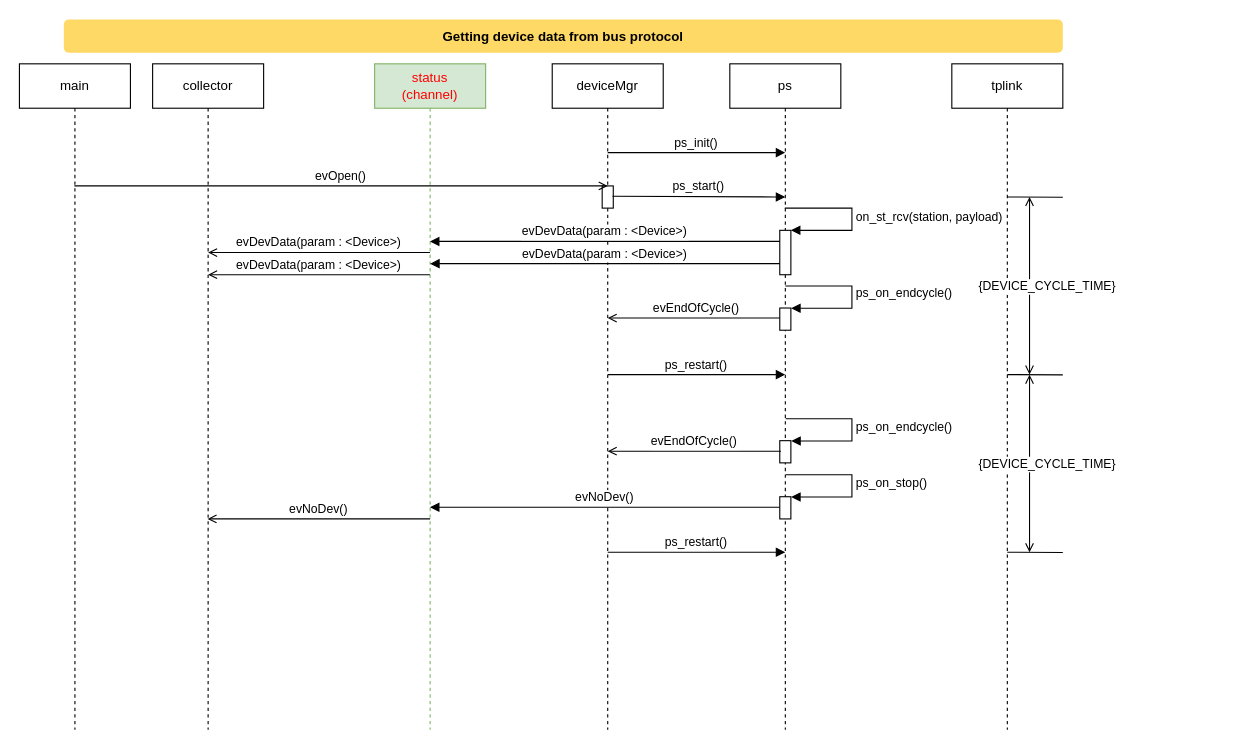
Before: page "DevData" (3 of 4) of models/structure-interaction/collector.drawio in vortexmakes/AgroIoT, a draw.io diagram. Source tidied: cells renumbered, new cells numbered last; positions are measured from the earlier drawing's top-left corner, leaving out a move shared by most shapes. Both pictures are drawn from the tidied source at 111%, with x=0, y=0 at pixel (19, 19).
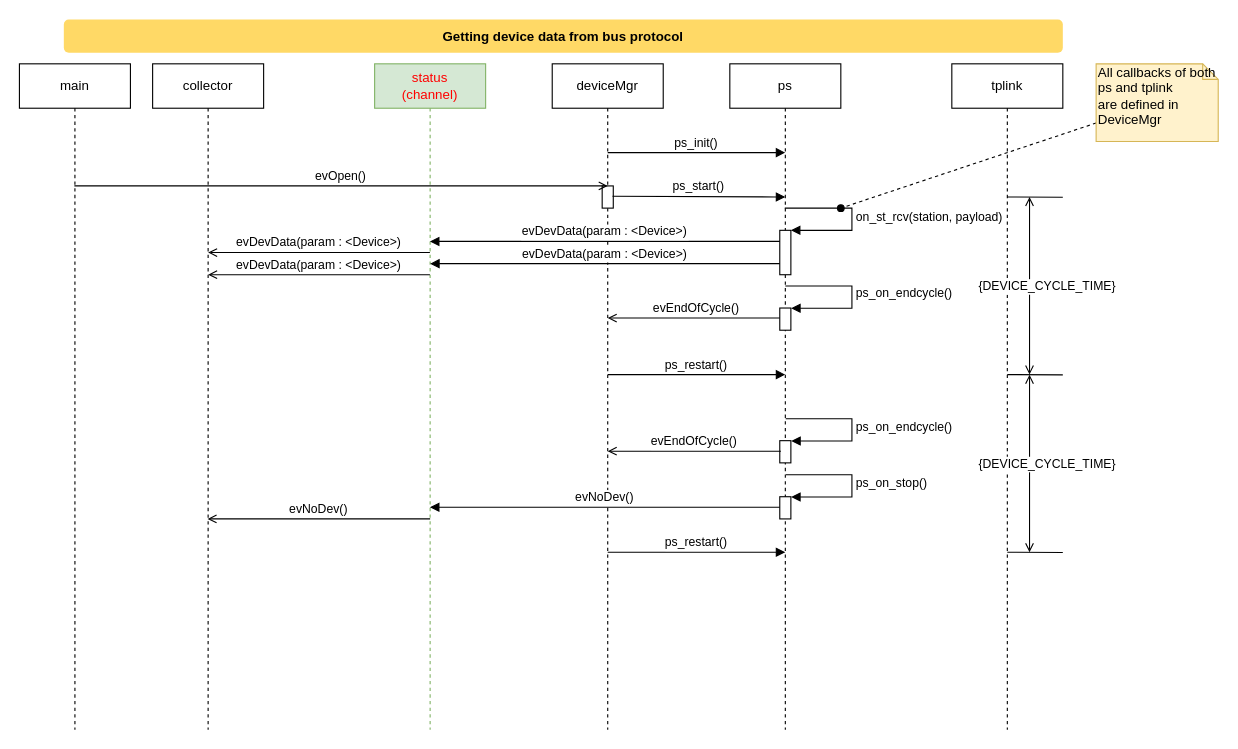
After the change.

Commit message (it also covers changes not shown here):
Working on DeviceMgr

Diff of the diagram source:
```diff
@@
+    <mxCell id="36" style="rounded=0;jettySize=auto;html=1;dashed=1;endArrow=oval;endFill=1;" parent="1" edge="1" source="37">
+      <mxGeometry relative="1" as="geometry">
+        <mxPoint x="740" y="170" as="targetPoint" />
+      </mxGeometry>
+    </mxCell>
+    <mxCell id="37" value="All callbacks of both ps and tplink&amp;nbsp;&lt;br&gt;are defined in DeviceMgr" style="shape=note;whiteSpace=wrap;html=1;size=14;verticalAlign=top;align=left;spacingTop=-6;fillColor=#fff2cc;strokeColor=#d6b656;" parent="1" vertex="1">
+      <mxGeometry x="970" y="40" width="110" height="70" as="geometry" />
+    </mxCell>
```
